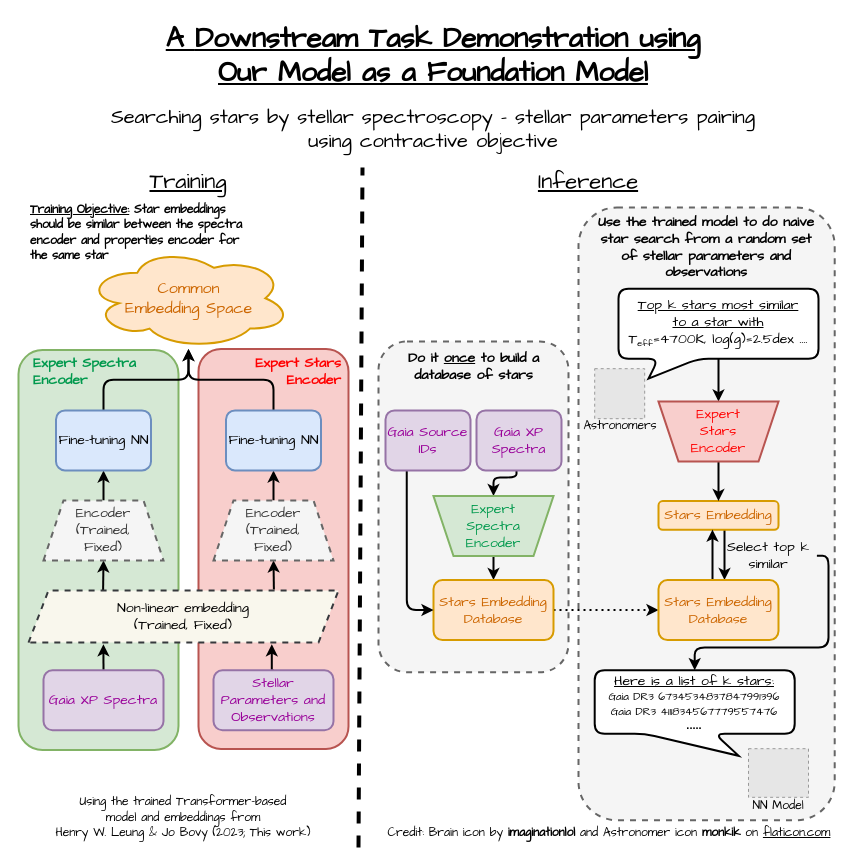
Above: model_foundation_showcase.drawio in Xsmos/cosmology_foundation (draw.io), before the change. Source tidied: cells renumbered, new cells numbered last; positions are measured from the earlier drawing's top-left corner, leaving out a move shared by most shapes. Both pictures are drawn from the tidied source at 100%, with x=0, y=0 at pixel (18, 17). Pictures stored in the file or linked from it are replaced by grey dashed boxes.
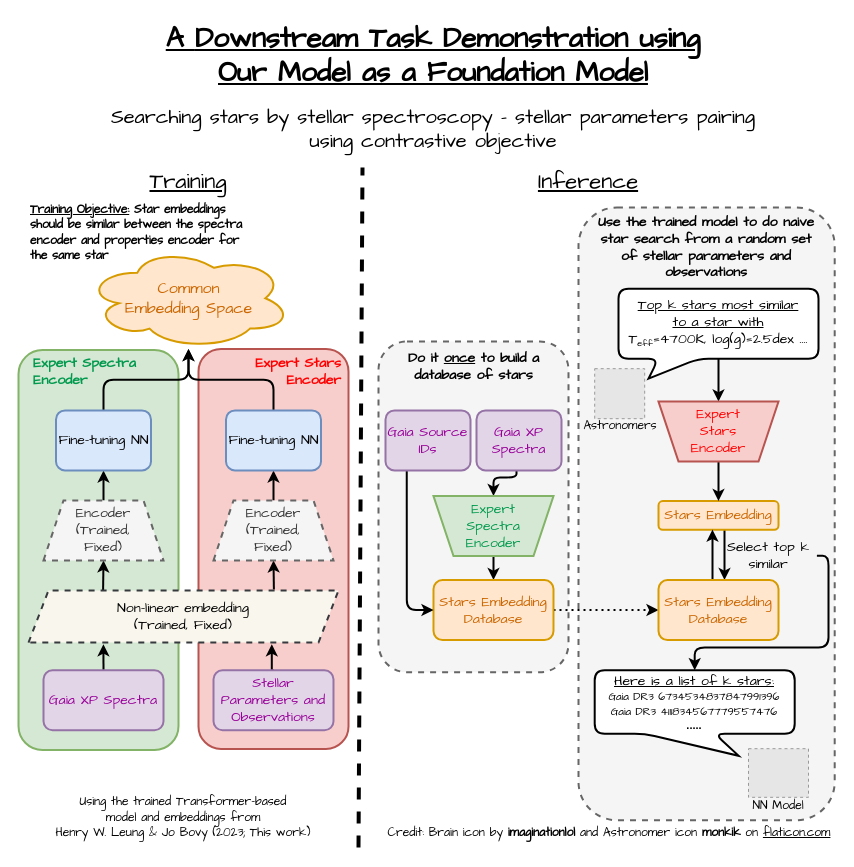
After the change.

Diff of the diagram source:
```diff
@@
-    <mxCell id="6" value="&lt;font face=&quot;Comic Sans MS&quot; style=&quot;&quot;&gt;&lt;u style=&quot;font-size: 28px;&quot;&gt;&lt;b&gt;A&amp;nbsp;&lt;/b&gt;&lt;/u&gt;&lt;/font&gt;&lt;u style=&quot;border-color: var(--border-color); font-family: &amp;quot;Comic Sans MS&amp;quot;; font-size: 28px;&quot;&gt;&lt;b style=&quot;border-color: var(--border-color);&quot;&gt;Downstream Task Demonstration using&lt;/b&gt;&lt;/u&gt;&lt;font face=&quot;Comic Sans MS&quot; style=&quot;&quot;&gt;&lt;u style=&quot;font-size: 28px;&quot;&gt;&lt;b&gt;&lt;br&gt;Our Model as a Foundation Model&lt;/b&gt;&lt;/u&gt;&lt;br&gt;&lt;font style=&quot;&quot;&gt;&lt;font style=&quot;font-size: 11px;&quot;&gt;&amp;nbsp;&amp;nbsp;&lt;/font&gt;&lt;br&gt;&lt;span style=&quot;font-size: 20px;&quot;&gt;Searching stars by stellar spectroscopy - stellar parameters pairing &lt;br&gt;using contractive objective&lt;/span&gt;&lt;/font&gt;&lt;/font&gt;" style="text;html=1;strokeColor=none;fillColor=none;align=center;verticalAlign=middle;whiteSpace=wrap;rounded=0;" parent="1" vertex="1">
+    <mxCell id="6" value="&lt;font face=&quot;Comic Sans MS&quot; style=&quot;&quot;&gt;&lt;u style=&quot;font-size: 28px;&quot;&gt;&lt;b&gt;A&amp;nbsp;&lt;/b&gt;&lt;/u&gt;&lt;/font&gt;&lt;u style=&quot;border-color: var(--border-color); font-family: &amp;quot;Comic Sans MS&amp;quot;; font-size: 28px;&quot;&gt;&lt;b style=&quot;border-color: var(--border-color);&quot;&gt;Downstream Task Demonstration using&lt;/b&gt;&lt;/u&gt;&lt;font face=&quot;Comic Sans MS&quot; style=&quot;&quot;&gt;&lt;u style=&quot;font-size: 28px;&quot;&gt;&lt;b&gt;&lt;br&gt;Our Model as a Foundation Model&lt;/b&gt;&lt;/u&gt;&lt;br&gt;&lt;font style=&quot;&quot;&gt;&lt;font style=&quot;font-size: 11px;&quot;&gt;&amp;nbsp;&amp;nbsp;&lt;/font&gt;&lt;br&gt;&lt;span style=&quot;font-size: 20px;&quot;&gt;Searching stars by stellar spectroscopy - stellar parameters pairing &lt;br&gt;using contrastive objective&lt;/span&gt;&lt;/font&gt;&lt;/font&gt;" style="text;html=1;strokeColor=none;fillColor=none;align=center;verticalAlign=middle;whiteSpace=wrap;rounded=0;" parent="1" vertex="1">
       <mxGeometry x="75" width="680" height="140" as="geometry" />
     </mxCell>
```
